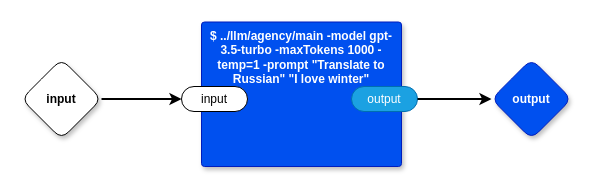
guitarvydas/0dproto keeps this draw.io diagram as src/demo_agency.drawio. Above is the earlier version. Source tidied: cells renumbered, new cells numbered last; positions are measured from the earlier drawing's top-left corner, leaving out a move shared by most shapes. Both pictures are drawn from the tidied source at 100%, with x=0, y=0 at pixel (21, 22).
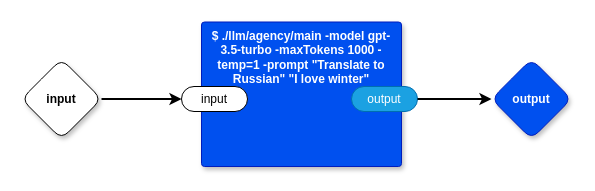
The same diagram, later.

The edit, as a diff of the source:
```diff
@@
 <mxGraphModel>
   <root>
     <mxCell id="0" />
     <mxCell id="1" parent="0" />
     <mxCell id="2" style="edgeStyle=orthogonalEdgeStyle;rounded=0;jettySize=auto;html=1;exitX=1;exitY=0.5;exitDx=0;exitDy=0;exitPerimeter=0;strokeWidth=2;" parent="1" edge="1" source="3" target="6">
       <mxGeometry relative="1" as="geometry" />
     </mxCell>
     <mxCell id="3" value="input" style="rhombus;whiteSpace=wrap;html=1;rounded=1;fontStyle=1;glass=0;sketch=0;fontSize=12;points=[[0,0.5,0,0,0],[0.5,0,0,0,0],[0.5,1,0,0,0],[1,0.5,0,0,0]];shadow=1;" parent="1" vertex="1">
       <mxGeometry y="36.5" width="80" height="80" as="geometry" />
     </mxCell>
     <mxCell id="4" value="output" style="rhombus;whiteSpace=wrap;html=1;rounded=1;fillColor=#0050ef;fontColor=#ffffff;strokeColor=#001DBC;fontStyle=1;glass=0;sketch=0;fontSize=12;points=[[0,0.5,0,0,0],[0.5,0,0,0,0],[0.5,1,0,0,0],[1,0.5,0,0,0]];shadow=1;" parent="1" vertex="1">
       <mxGeometry x="470" y="36.5" width="80" height="80" as="geometry" />
     </mxCell>
-    <mxCell id="5" value="$ ../llm/agency/main -model gpt-3.5-turbo -maxTokens 1000 -temp=1 -prompt &quot;Translate to Russian&quot; &quot;I love winter&quot;" style="rounded=1;whiteSpace=wrap;html=1;sketch=0;verticalAlign=top;arcSize=6;fontStyle=1;absoluteArcSize=1;shadow=1;strokeColor=#001DBC;fillColor=#0050ef;fontColor=#ffffff;" parent="1" vertex="1">
+    <mxCell id="5" value="$ ./llm/agency/main -model gpt-3.5-turbo -maxTokens 1000 -temp=1 -prompt &quot;Translate to Russian&quot; &quot;I love winter&quot;" style="rounded=1;whiteSpace=wrap;html=1;sketch=0;verticalAlign=top;arcSize=6;fontStyle=1;absoluteArcSize=1;shadow=1;strokeColor=#001DBC;fillColor=#0050ef;fontColor=#ffffff;" parent="1" vertex="1">
       <mxGeometry x="180" y="-0.5" width="200" height="144.5" as="geometry" />
     </mxCell>
     <mxCell id="6" value="input" style="rounded=1;whiteSpace=wrap;html=1;sketch=0;points=[[0,0.5,0,0,0],[1,0.5,0,0,0]];arcSize=50;" parent="5" vertex="1">
       <mxGeometry x="-20" y="64.5" width="66" height="25" as="geometry" />
     </mxCell>
     <mxCell id="7" value="output" style="rounded=1;whiteSpace=wrap;html=1;sketch=0;points=[[0,0.5,0,0,0],[1,0.5,0,0,0]];fillColor=#1ba1e2;fontColor=#ffffff;strokeColor=#006EAF;arcSize=50;" parent="5" vertex="1">
       <mxGeometry x="150" y="64.5" width="66" height="25" as="geometry" />
     </mxCell>
     <mxCell id="8" style="edgeStyle=orthogonalEdgeStyle;rounded=0;jettySize=auto;html=1;entryX=0;entryY=0.5;entryDx=0;entryDy=0;entryPerimeter=0;strokeWidth=2;" parent="1" edge="1" source="7" target="4">
       <mxGeometry relative="1" as="geometry" />
     </mxCell>
   </root>
 </mxGraphModel>
```
